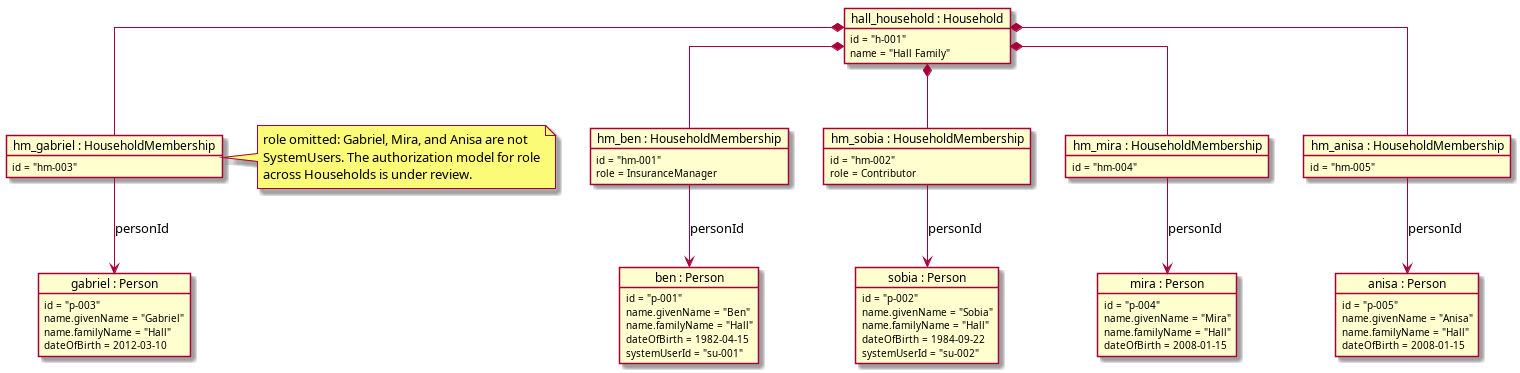
Before: docs/02-solution/diagrams/s001-household.png, a diagram exported from PlantUML (hallb/coordinate).
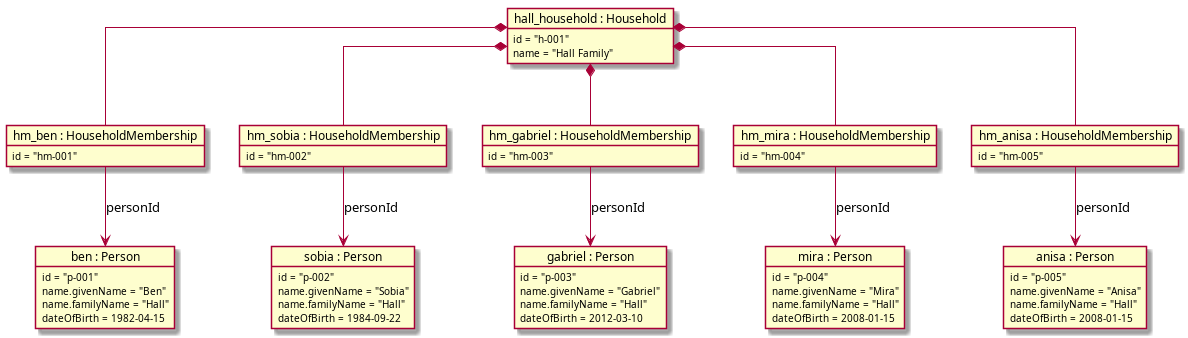
Later version of the same file.

Change to the diagram source:
```diff
@@ -7,7 +7,6 @@
   name.givenName = "Ben"
   name.familyName = "Hall"
   dateOfBirth = 1982-04-15
-  systemUserId = "su-001"
 }
 
 object "sobia : Person" as sobia {
@@ -15,7 +14,6 @@
   name.givenName = "Sobia"
   name.familyName = "Hall"
   dateOfBirth = 1984-09-22
-  systemUserId = "su-002"
 }
 
 object "gabriel : Person" as gabriel {
@@ -46,12 +44,10 @@
 
 object "hm_ben : HouseholdMembership" as hm_ben {
   id = "hm-001"
-  role = InsuranceManager
 }
 
 object "hm_sobia : HouseholdMembership" as hm_sobia {
   id = "hm-002"
-  role = Contributor
 }
 
 object "hm_gabriel : HouseholdMembership" as hm_gabriel {
@@ -78,10 +74,4 @@
 hm_mira --> mira : personId
 hm_anisa --> anisa : personId
 
-note right of hm_gabriel
-  role omitted: Gabriel, Mira, and Anisa are not
-  SystemUsers. The authorization model for role
-  across Households is under review.
-end note
-
 @enduml
```
